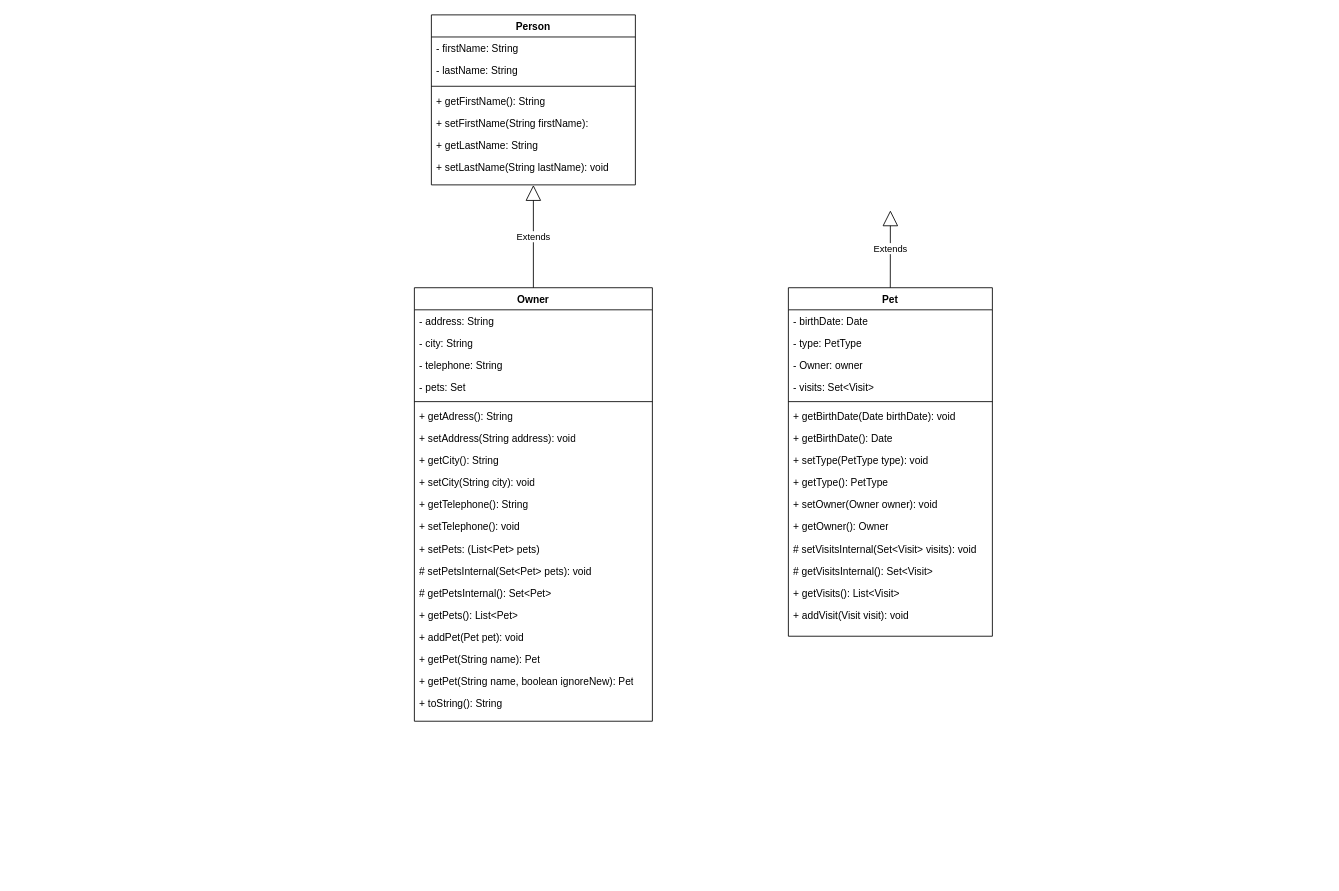
BubbaTamer/petclinic keeps this draw.io diagram as src/UML/PetClinic.drawio. Above is the earlier version. Source tidied: cells renumbered, new cells numbered last; positions are measured from the earlier drawing's top-left corner, leaving out a move shared by most shapes. Both pictures are drawn from the tidied source at 85%, with x=0, y=0 at pixel (414, 14).
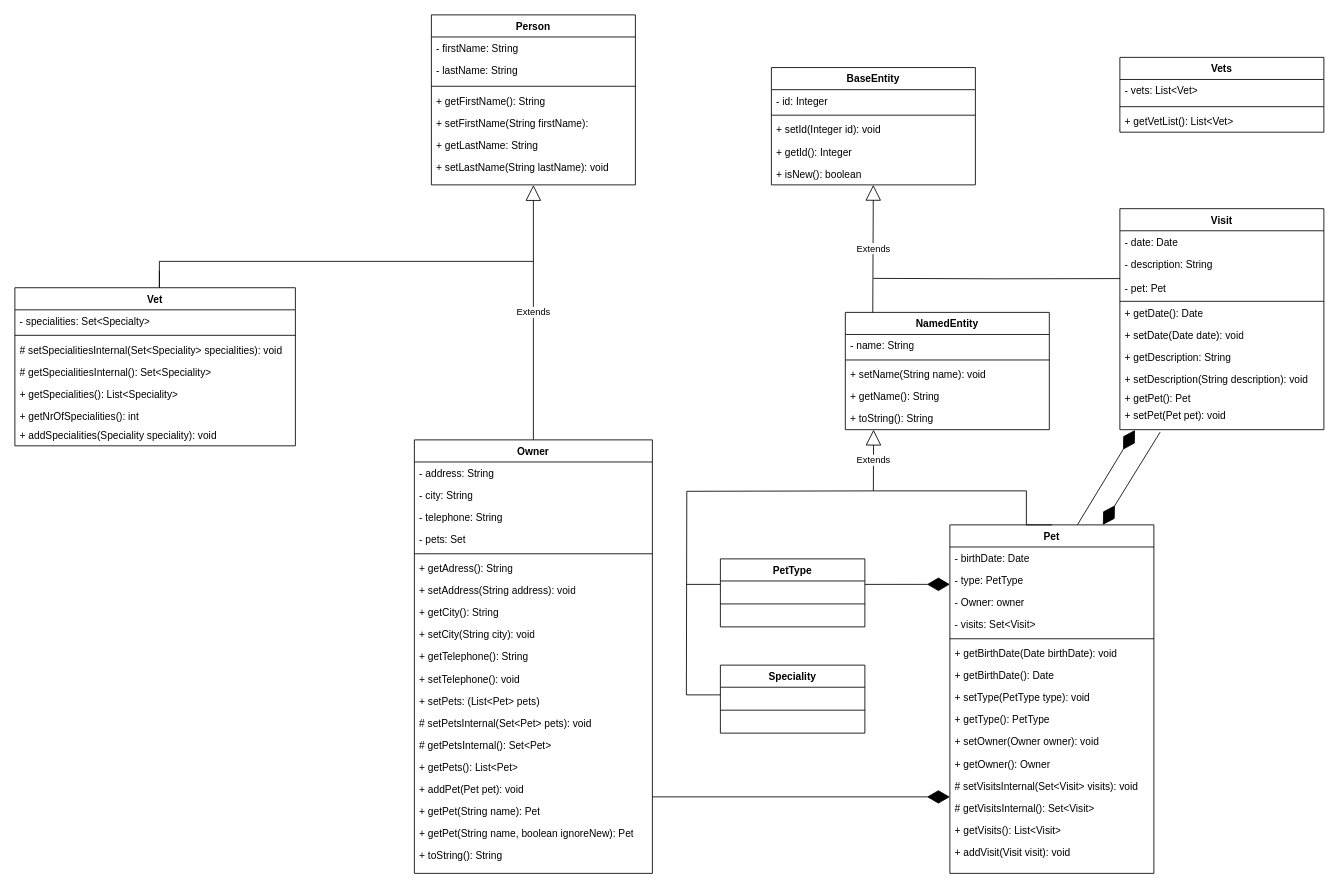
After the change.

Unchanged cells that the change refers to:
```xml
<mxCell id="33" value="- type: PetType" style="text;strokeColor=none;fillColor=none;align=left;verticalAlign=top;spacingLeft=4;spacingRight=4;overflow=hidden;points=[[0,0.5],[1,0.5]];portConstraint=eastwest;whiteSpace=wrap;html=1;" parent="31" vertex="1">
  <mxGeometry y="52" width="240" height="26" as="geometry" />
</mxCell>
<mxCell id="44" value="# getVisitsInternal(): Set&amp;lt;Visit&amp;gt;&amp;nbsp;" style="text;strokeColor=none;fillColor=none;align=left;verticalAlign=top;spacingLeft=4;spacingRight=4;overflow=hidden;points=[[0,0.5],[1,0.5]];portConstraint=eastwest;whiteSpace=wrap;html=1;" parent="31" vertex="1">
  <mxGeometry y="320" width="240" height="26" as="geometry" />
</mxCell>
```

Diff of the diagram source:
```diff
@@
     <mxCell id="2" value="Owner" style="swimlane;fontStyle=1;align=center;verticalAlign=top;horizontal=1;startSize=26;whiteSpace=wrap;html=1;" parent="1" vertex="1">
-      <mxGeometry y="321" width="280" height="510" as="geometry" />
+      <mxGeometry y="500" width="280" height="510" as="geometry" />
     </mxCell>
@@
     <mxCell id="31" value="Pet" style="swimlane;fontStyle=1;align=center;verticalAlign=top;horizontal=1;startSize=26;whiteSpace=wrap;html=1;" parent="1" vertex="1">
-      <mxGeometry x="440" y="321" width="240" height="410" as="geometry" />
+      <mxGeometry x="630" y="600" width="240" height="410" as="geometry" />
     </mxCell>
@@
     <mxCell id="47" value="Extends" style="endArrow=block;endSize=16;endFill=0;html=1;rounded=0;" parent="1" edge="1">
       <mxGeometry relative="1" as="geometry">
-        <mxPoint x="559.9" y="321" as="sourcePoint" />
-        <mxPoint x="560" y="230" as="targetPoint" />
+        <mxPoint x="540" y="560" as="sourcePoint" />
+        <mxPoint x="540.2" y="488" as="targetPoint" />
       </mxGeometry>
     </mxCell>
+    <mxCell id="48" value="NamedEntity" style="swimlane;fontStyle=1;align=center;verticalAlign=top;horizontal=1;startSize=26;whiteSpace=wrap;html=1;" parent="1" vertex="1">
+      <mxGeometry x="507" y="350" width="240" height="138" as="geometry" />
+    </mxCell>
+    <mxCell id="49" value="- name: String" style="text;strokeColor=none;fillColor=none;align=left;verticalAlign=top;spacingLeft=4;spacingRight=4;overflow=hidden;whiteSpace=wrap;html=1;" parent="48" vertex="1">
+      <mxGeometry y="26" width="240" height="26" as="geometry" />
+    </mxCell>
+    <mxCell id="50" style="line;strokeWidth=1;fillColor=none;align=left;verticalAlign=middle;spacingTop=-1;spacingLeft=3;spacingRight=3;labelPosition=right;strokeColor=inherit;" parent="48" vertex="1">
+      <mxGeometry y="52" width="240" height="8" as="geometry" />
+    </mxCell>
+    <mxCell id="51" value="+ setName(String name): void" style="text;strokeColor=none;fillColor=none;align=left;verticalAlign=top;spacingLeft=4;spacingRight=4;overflow=hidden;whiteSpace=wrap;html=1;" parent="48" vertex="1">
+      <mxGeometry y="60" width="240" height="26" as="geometry" />
+    </mxCell>
+    <mxCell id="52" value="+ getName(): String&amp;nbsp;" style="text;strokeColor=none;fillColor=none;align=left;verticalAlign=top;spacingLeft=4;spacingRight=4;overflow=hidden;whiteSpace=wrap;html=1;" parent="48" vertex="1">
+      <mxGeometry y="86" width="240" height="26" as="geometry" />
+    </mxCell>
+    <mxCell id="53" value="+ toString(): String" style="text;strokeColor=none;fillColor=none;align=left;verticalAlign=top;spacingLeft=4;spacingRight=4;overflow=hidden;whiteSpace=wrap;html=1;" parent="48" vertex="1">
+      <mxGeometry y="112" width="240" height="26" as="geometry" />
+    </mxCell>
+    <mxCell id="54" value="BaseEntity" style="swimlane;fontStyle=1;align=center;verticalAlign=top;horizontal=1;startSize=26;whiteSpace=wrap;html=1;" parent="1" vertex="1">
+      <mxGeometry x="420" y="62" width="240" height="138" as="geometry" />
+    </mxCell>
+    <mxCell id="55" value="- id: Integer" style="text;strokeColor=none;fillColor=none;align=left;verticalAlign=top;spacingLeft=4;spacingRight=4;overflow=hidden;whiteSpace=wrap;html=1;" parent="54" vertex="1">
+      <mxGeometry y="26" width="240" height="26" as="geometry" />
+    </mxCell>
+    <mxCell id="56" style="line;strokeWidth=1;fillColor=none;align=left;verticalAlign=middle;spacingTop=-1;spacingLeft=3;spacingRight=3;labelPosition=right;strokeColor=inherit;" parent="54" vertex="1">
+      <mxGeometry y="52" width="240" height="8" as="geometry" />
+    </mxCell>
+    <mxCell id="57" value="+ setId(Integer id): void" style="text;strokeColor=none;fillColor=none;align=left;verticalAlign=top;spacingLeft=4;spacingRight=4;overflow=hidden;whiteSpace=wrap;html=1;" parent="54" vertex="1">
+      <mxGeometry y="60" width="240" height="26" as="geometry" />
+    </mxCell>
+    <mxCell id="58" value="+ getId(): Integer &amp;nbsp;" style="text;strokeColor=none;fillColor=none;align=left;verticalAlign=top;spacingLeft=4;spacingRight=4;overflow=hidden;whiteSpace=wrap;html=1;" parent="54" vertex="1">
+      <mxGeometry y="86" width="240" height="26" as="geometry" />
+    </mxCell>
+    <mxCell id="59" value="+ isNew(): boolean" style="text;strokeColor=none;fillColor=none;align=left;verticalAlign=top;spacingLeft=4;spacingRight=4;overflow=hidden;points=[[0,0.5],[1,0.5]];portConstraint=eastwest;whiteSpace=wrap;html=1;" parent="54" vertex="1">
+      <mxGeometry y="112" width="240" height="26" as="geometry" />
+    </mxCell>
+    <mxCell id="60" value="Extends" style="endArrow=block;endSize=16;endFill=0;html=1;rounded=0;" parent="1" edge="1" target="59">
+      <mxGeometry relative="1" as="geometry">
+        <mxPoint x="539.3" y="350" as="sourcePoint" />
+      </mxGeometry>
+    </mxCell>
+    <mxCell id="61" value="PetType" style="swimlane;fontStyle=1;align=center;verticalAlign=top;horizontal=1;startSize=26;whiteSpace=wrap;html=1;" parent="1" vertex="1">
+      <mxGeometry x="360" y="640" width="170" height="80" as="geometry" />
+    </mxCell>
+    <mxCell id="62" style="line;strokeWidth=1;fillColor=none;align=left;verticalAlign=middle;spacingTop=-1;spacingLeft=3;spacingRight=3;labelPosition=right;strokeColor=inherit;" parent="61" vertex="1">
+      <mxGeometry y="26" width="170" height="54" as="geometry" />
+    </mxCell>
+    <mxCell id="63" value="Speciality" style="swimlane;fontStyle=1;align=center;verticalAlign=top;horizontal=1;startSize=26;whiteSpace=wrap;html=1;" parent="1" vertex="1">
+      <mxGeometry x="360" y="765" width="170" height="80" as="geometry" />
+    </mxCell>
+    <mxCell id="64" style="line;strokeWidth=1;fillColor=none;align=left;verticalAlign=middle;spacingTop=-1;spacingLeft=3;spacingRight=3;labelPosition=right;strokeColor=inherit;" parent="63" vertex="1">
+      <mxGeometry y="26" width="170" height="54" as="geometry" />
+    </mxCell>
+    <mxCell id="65" value="Vet" style="swimlane;fontStyle=1;align=center;verticalAlign=top;horizontal=1;startSize=26;whiteSpace=wrap;html=1;" parent="1" vertex="1">
+      <mxGeometry x="-470" y="321" width="330" height="186" as="geometry" />
+    </mxCell>
+    <mxCell id="66" value="- specialities: Set&amp;lt;Specialty&amp;gt;" style="text;strokeColor=none;fillColor=none;align=left;verticalAlign=top;spacingLeft=4;spacingRight=4;overflow=hidden;whiteSpace=wrap;html=1;" parent="65" vertex="1">
+      <mxGeometry y="26" width="330" height="26" as="geometry" />
+    </mxCell>
+    <mxCell id="67" style="line;strokeWidth=1;fillColor=none;align=left;verticalAlign=middle;spacingTop=-1;spacingLeft=3;spacingRight=3;labelPosition=right;strokeColor=inherit;" parent="65" vertex="1">
+      <mxGeometry y="52" width="330" height="8" as="geometry" />
+    </mxCell>
+    <mxCell id="68" value="# setSpecialitiesInternal(Set&amp;lt;Speciality&amp;gt; specialities): void" style="text;strokeColor=none;fillColor=none;align=left;verticalAlign=top;spacingLeft=4;spacingRight=4;overflow=hidden;whiteSpace=wrap;html=1;" parent="65" vertex="1">
+      <mxGeometry y="60" width="330" height="26" as="geometry" />
+    </mxCell>
+    <mxCell id="69" value="# getSpecialitiesInternal(): Set&amp;lt;Speciality&amp;gt;" style="text;strokeColor=none;fillColor=none;align=left;verticalAlign=top;spacingLeft=4;spacingRight=4;overflow=hidden;whiteSpace=wrap;html=1;" parent="65" vertex="1">
+      <mxGeometry y="86" width="330" height="26" as="geometry" />
+    </mxCell>
+    <mxCell id="70" value="+ getSpecialities(): List&amp;lt;Speciality&amp;gt;" style="text;strokeColor=none;fillColor=none;align=left;verticalAlign=top;spacingLeft=4;spacingRight=4;overflow=hidden;whiteSpace=wrap;html=1;" parent="65" vertex="1">
+      <mxGeometry y="112" width="330" height="26" as="geometry" />
+    </mxCell>
+    <mxCell id="71" value="+ getNrOfSpecialities(): int&amp;nbsp;" style="text;strokeColor=none;fillColor=none;align=left;verticalAlign=top;spacingLeft=4;spacingRight=4;overflow=hidden;whiteSpace=wrap;html=1;" parent="65" vertex="1">
+      <mxGeometry y="138" width="330" height="22" as="geometry" />
+    </mxCell>
+    <mxCell id="72" value="+ addSpecialities(Speciality speciality): void" style="text;strokeColor=none;fillColor=none;align=left;verticalAlign=top;spacingLeft=4;spacingRight=4;overflow=hidden;whiteSpace=wrap;html=1;" parent="65" vertex="1">
+      <mxGeometry y="160" width="330" height="26" as="geometry" />
+    </mxCell>
+    <mxCell id="73" style="endArrow=none;html=1;edgeStyle=orthogonalEdgeStyle;rounded=0;" parent="1" edge="1">
+      <mxGeometry relative="1" as="geometry">
+        <mxPoint x="-300" y="290" as="sourcePoint" />
+        <mxPoint x="140" y="290" as="targetPoint" />
+      </mxGeometry>
+    </mxCell>
+    <mxCell id="74" style="endArrow=none;html=1;edgeStyle=orthogonalEdgeStyle;rounded=0;" parent="1" edge="1">
+      <mxGeometry relative="1" as="geometry">
+        <mxPoint x="-300" y="301" as="sourcePoint" />
+        <mxPoint x="-300" y="290" as="targetPoint" />
+        <Array as="points">
+          <mxPoint x="-300" y="321" />
+          <mxPoint x="-300" y="321" />
+        </Array>
+      </mxGeometry>
+    </mxCell>
+    <mxCell id="75" value="Vets" style="swimlane;fontStyle=1;align=center;verticalAlign=top;horizontal=1;startSize=26;whiteSpace=wrap;html=1;" parent="1" vertex="1">
+      <mxGeometry x="830" y="50" width="240" height="88" as="geometry" />
+    </mxCell>
+    <mxCell id="76" value="- vets: List&amp;lt;Vet&amp;gt;" style="text;strokeColor=none;fillColor=none;align=left;verticalAlign=top;spacingLeft=4;spacingRight=4;overflow=hidden;whiteSpace=wrap;html=1;" parent="75" vertex="1">
+      <mxGeometry y="26" width="240" height="28" as="geometry" />
+    </mxCell>
+    <mxCell id="77" style="line;strokeWidth=1;fillColor=none;align=left;verticalAlign=middle;spacingTop=-1;spacingLeft=3;spacingRight=3;labelPosition=right;strokeColor=inherit;" parent="75" vertex="1">
+      <mxGeometry y="54" width="240" height="8" as="geometry" />
+    </mxCell>
+    <mxCell id="78" value="+ getVetList(): List&amp;lt;Vet&amp;gt;" style="text;strokeColor=none;fillColor=none;align=left;verticalAlign=top;spacingLeft=4;spacingRight=4;overflow=hidden;whiteSpace=wrap;html=1;" parent="75" vertex="1">
+      <mxGeometry y="62" width="240" height="26" as="geometry" />
+    </mxCell>
+    <mxCell id="79" value="Visit" style="swimlane;fontStyle=1;align=center;verticalAlign=top;horizontal=1;startSize=26;whiteSpace=wrap;html=1;" parent="1" vertex="1">
+      <mxGeometry x="830" y="228" width="240" height="260" as="geometry" />
+    </mxCell>
+    <mxCell id="80" value="- date: Date" style="text;strokeColor=none;fillColor=none;align=left;verticalAlign=top;spacingLeft=4;spacingRight=4;overflow=hidden;whiteSpace=wrap;html=1;" parent="79" vertex="1">
+      <mxGeometry y="26" width="240" height="26" as="geometry" />
+    </mxCell>
+    <mxCell id="81" value="- description: String" style="text;strokeColor=none;fillColor=none;align=left;verticalAlign=top;spacingLeft=4;spacingRight=4;overflow=hidden;whiteSpace=wrap;html=1;" parent="79" vertex="1">
+      <mxGeometry y="52" width="240" height="28" as="geometry" />
+    </mxCell>
+    <mxCell id="82" value="- pet: Pet" style="text;strokeColor=none;fillColor=none;align=left;verticalAlign=top;spacingLeft=4;spacingRight=4;overflow=hidden;points=[[0,0.5],[1,0.5]];portConstraint=eastwest;whiteSpace=wrap;html=1;" parent="79" vertex="1">
+      <mxGeometry y="80" width="240" height="28" as="geometry" />
+    </mxCell>
+    <mxCell id="83" style="line;strokeWidth=1;fillColor=none;align=left;verticalAlign=middle;spacingTop=-1;spacingLeft=3;spacingRight=3;labelPosition=right;strokeColor=inherit;" parent="79" vertex="1">
+      <mxGeometry y="108" width="240" height="2" as="geometry" />
+    </mxCell>
+    <mxCell id="84" value="+ getDate(): Date" style="text;strokeColor=none;fillColor=none;align=left;verticalAlign=top;spacingLeft=4;spacingRight=4;overflow=hidden;whiteSpace=wrap;html=1;" parent="79" vertex="1">
+      <mxGeometry y="110" width="240" height="26" as="geometry" />
+    </mxCell>
+    <mxCell id="85" value="+ setDate(Date date): void" style="text;strokeColor=none;fillColor=none;align=left;verticalAlign=top;spacingLeft=4;spacingRight=4;overflow=hidden;whiteSpace=wrap;html=1;" parent="79" vertex="1">
+      <mxGeometry y="136" width="240" height="26" as="geometry" />
+    </mxCell>
+    <mxCell id="86" value="+ getDescription: String" style="text;strokeColor=none;fillColor=none;align=left;verticalAlign=top;spacingLeft=4;spacingRight=4;overflow=hidden;whiteSpace=wrap;html=1;" parent="79" vertex="1">
+      <mxGeometry y="162" width="240" height="26" as="geometry" />
+    </mxCell>
+    <mxCell id="87" value="+ setDescription(String description): void&amp;nbsp;" style="text;strokeColor=none;fillColor=none;align=left;verticalAlign=top;spacingLeft=4;spacingRight=4;overflow=hidden;whiteSpace=wrap;html=1;" parent="79" vertex="1">
+      <mxGeometry y="188" width="240" height="22" as="geometry" />
+    </mxCell>
+    <mxCell id="88" value="+ getPet(): Pet&amp;nbsp;" style="text;strokeColor=none;fillColor=none;align=left;verticalAlign=top;spacingLeft=4;spacingRight=4;overflow=hidden;whiteSpace=wrap;html=1;" parent="79" vertex="1">
+      <mxGeometry y="210" width="240" height="20" as="geometry" />
+    </mxCell>
+    <mxCell id="89" value="+ setPet(Pet pet): void&amp;nbsp;" style="text;strokeColor=none;fillColor=none;align=left;verticalAlign=top;spacingLeft=4;spacingRight=4;overflow=hidden;points=[[0,0.5],[1,0.5]];portConstraint=eastwest;whiteSpace=wrap;html=1;" parent="79" vertex="1">
+      <mxGeometry y="230" width="240" height="30" as="geometry" />
+    </mxCell>
+    <mxCell id="90" style="endArrow=none;html=1;edgeStyle=orthogonalEdgeStyle;rounded=0;entryX=0.001;entryY=0.08;entryDx=0;entryDy=0;entryPerimeter=0;" parent="1" edge="1" target="82">
+      <mxGeometry relative="1" as="geometry">
+        <mxPoint x="540" y="310" as="sourcePoint" />
+      </mxGeometry>
+    </mxCell>
+    <mxCell id="91" style="endArrow=none;html=1;edgeStyle=orthogonalEdgeStyle;rounded=0;entryX=0.5;entryY=0;entryDx=0;entryDy=0;" parent="1" edge="1" target="31">
+      <mxGeometry relative="1" as="geometry">
+        <mxPoint x="540" y="560" as="sourcePoint" />
+        <Array as="points">
+          <mxPoint x="720" y="560" />
+          <mxPoint x="720" y="600" />
+        </Array>
+      </mxGeometry>
+    </mxCell>
+    <mxCell id="92" style="endArrow=diamondThin;endFill=1;endSize=24;html=1;rounded=0;entryX=0.074;entryY=1.013;entryDx=0;entryDy=0;entryPerimeter=0;" parent="1" edge="1" target="89">
+      <mxGeometry relative="1" as="geometry">
+        <mxPoint x="780" y="600" as="sourcePoint" />
+      </mxGeometry>
+    </mxCell>
+    <mxCell id="93" style="endArrow=diamondThin;endFill=1;endSize=24;html=1;rounded=0;entryX=0;entryY=0;entryDx=0;entryDy=0;entryPerimeter=0;" parent="1" edge="1" target="44">
+      <mxGeometry relative="1" as="geometry">
+        <mxPoint x="280" y="920" as="sourcePoint" />
+      </mxGeometry>
+    </mxCell>
+    <mxCell id="94" style="endArrow=diamondThin;endFill=1;endSize=24;html=1;rounded=0;exitX=0.197;exitY=1.1;exitDx=0;exitDy=0;exitPerimeter=0;entryX=0.75;entryY=0;entryDx=0;entryDy=0;" parent="1" edge="1" source="89" target="31">
+      <mxGeometry relative="1" as="geometry" />
+    </mxCell>
+    <mxCell id="95" style="endArrow=diamondThin;endFill=1;endSize=24;html=1;rounded=0;entryX=0;entryY=0.692;entryDx=0;entryDy=0;entryPerimeter=0;" parent="1" edge="1" target="33">
+      <mxGeometry relative="1" as="geometry">
+        <mxPoint x="530" y="670" as="sourcePoint" />
+      </mxGeometry>
+    </mxCell>
+    <mxCell id="96" style="endArrow=none;html=1;edgeStyle=orthogonalEdgeStyle;rounded=0;" parent="1" edge="1">
+      <mxGeometry relative="1" as="geometry">
+        <mxPoint x="320" y="670" as="sourcePoint" />
+        <mxPoint x="360" y="670" as="targetPoint" />
+      </mxGeometry>
+    </mxCell>
+    <mxCell id="97" style="endArrow=none;html=1;edgeStyle=orthogonalEdgeStyle;rounded=0;" parent="1" edge="1">
+      <mxGeometry relative="1" as="geometry">
+        <mxPoint x="320" y="800" as="sourcePoint" />
+        <mxPoint x="360" y="800" as="targetPoint" />
+      </mxGeometry>
+    </mxCell>
+    <mxCell id="98" style="endArrow=none;html=1;edgeStyle=orthogonalEdgeStyle;rounded=0;" parent="1" edge="1">
+      <mxGeometry relative="1" as="geometry">
+        <mxPoint x="540" y="560" as="sourcePoint" />
+        <mxPoint x="320" y="800" as="targetPoint" />
+      </mxGeometry>
+    </mxCell>
```
